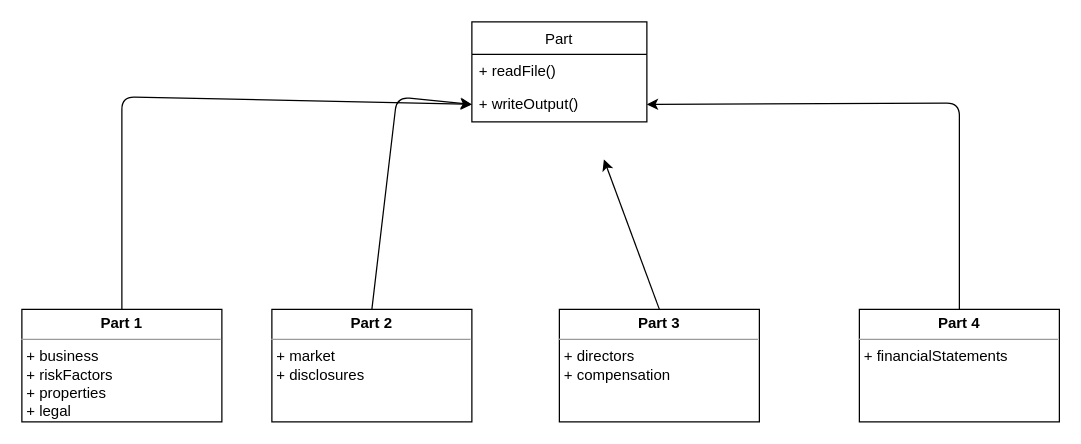
Before: project/10kModel.drawio in BingBucket/CSCE240, a draw.io diagram. Source tidied: cells renumbered, new cells numbered last; positions are measured from the earlier drawing's top-left corner, leaving out a move shared by most shapes. Both pictures are drawn from the tidied source at 125%, with x=0, y=0 at pixel (21, 21).
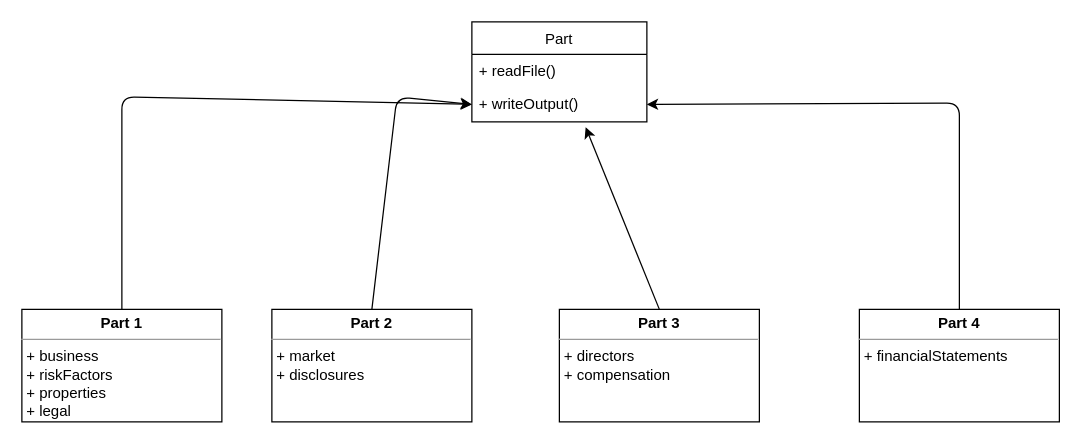
The same diagram, later.

Diff of the diagram source:
```diff
@@
 <mxGraphModel>
   <root>
     <mxCell id="0" />
     <mxCell id="1" parent="0" />
     <mxCell id="2" value="Part" style="swimlane;fontStyle=0;horizontal=1;startSize=26;fillColor=none;" parent="1" vertex="1">
       <mxGeometry x="360" width="140" height="80" as="geometry" />
     </mxCell>
     <mxCell id="3" value="+ readFile()" style="text;strokeColor=none;fillColor=none;align=left;verticalAlign=top;spacingLeft=4;spacingRight=4;overflow=hidden;" parent="2" vertex="1">
       <mxGeometry y="26" width="140" height="26" as="geometry" />
     </mxCell>
     <mxCell id="4" value="+ writeOutput()" style="text;strokeColor=none;fillColor=none;align=left;verticalAlign=top;spacingLeft=4;spacingRight=4;overflow=hidden;points=[[0,0.5],[1,0.5]];portConstraint=eastwest;" parent="2" vertex="1">
       <mxGeometry y="52" width="140" height="28" as="geometry" />
     </mxCell>
     <mxCell id="5" style="edgeStyle=none;html=1;exitX=0.5;exitY=0;exitDx=0;exitDy=0;entryX=0;entryY=0.5;entryDx=0;entryDy=0;" parent="1" edge="1" source="6" target="4">
       <mxGeometry relative="1" as="geometry">
         <Array as="points">
           <mxPoint x="80" y="60" />
         </Array>
       </mxGeometry>
     </mxCell>
     <mxCell id="6" value="&lt;p style=&quot;margin:0px;margin-top:4px;text-align:center;&quot;&gt;&lt;b&gt;Part 1&lt;/b&gt;&lt;/p&gt;&lt;hr size=&quot;1&quot;&gt;&lt;p style=&quot;margin:0px;margin-left:4px;&quot;&gt;+ business&lt;/p&gt;&lt;p style=&quot;margin:0px;margin-left:4px;&quot;&gt;+ riskFactors&lt;/p&gt;&lt;p style=&quot;margin:0px;margin-left:4px;&quot;&gt;+ properties&lt;/p&gt;&lt;p style=&quot;margin:0px;margin-left:4px;&quot;&gt;+ legal&lt;/p&gt;&lt;hr size=&quot;1&quot;&gt;&lt;p style=&quot;margin:0px;margin-left:4px;&quot;&gt;+ method(): Type&lt;/p&gt;" style="verticalAlign=top;align=left;overflow=fill;fontSize=12;fontFamily=Helvetica;html=1;" parent="1" vertex="1">
       <mxGeometry y="230" width="160" height="90" as="geometry" />
     </mxCell>
     <mxCell id="7" style="edgeStyle=none;html=1;exitX=0.5;exitY=0;exitDx=0;exitDy=0;entryX=0;entryY=0.5;entryDx=0;entryDy=0;" parent="1" edge="1" source="8" target="4">
       <mxGeometry relative="1" as="geometry">
         <Array as="points">
           <mxPoint x="300" y="60" />
         </Array>
       </mxGeometry>
     </mxCell>
     <mxCell id="8" value="&lt;p style=&quot;margin:0px;margin-top:4px;text-align:center;&quot;&gt;&lt;b&gt;Part 2&lt;/b&gt;&lt;/p&gt;&lt;hr size=&quot;1&quot;&gt;&lt;p style=&quot;margin:0px;margin-left:4px;&quot;&gt;+ market&lt;/p&gt;&lt;p style=&quot;margin:0px;margin-left:4px;&quot;&gt;+ disclosures&lt;/p&gt;" style="verticalAlign=top;align=left;overflow=fill;fontSize=12;fontFamily=Helvetica;html=1;" parent="1" vertex="1">
       <mxGeometry x="200" y="230" width="160" height="90" as="geometry" />
     </mxCell>
-    <mxCell id="9" style="edgeStyle=none;html=1;exitX=0.5;exitY=0;exitDx=0;exitDy=0;entryX=0.754;entryY=1.154;entryDx=0;entryDy=0;entryPerimeter=0;" parent="1" edge="1" source="10">
-      <mxGeometry relative="1" as="geometry">
-        <mxPoint x="465.6" y="110" as="targetPoint" />
-      </mxGeometry>
+    <mxCell id="9" style="edgeStyle=none;html=1;exitX=0.5;exitY=0;exitDx=0;exitDy=0;entryX=0.65;entryY=1.152;entryDx=0;entryDy=0;entryPerimeter=0;" parent="1" edge="1" source="10" target="4">
+      <mxGeometry relative="1" as="geometry" />
     </mxCell>
     <mxCell id="10" value="&lt;p style=&quot;margin:0px;margin-top:4px;text-align:center;&quot;&gt;&lt;b&gt;Part 3&lt;/b&gt;&lt;/p&gt;&lt;hr size=&quot;1&quot;&gt;&lt;p style=&quot;margin:0px;margin-left:4px;&quot;&gt;+ directors&lt;/p&gt;&lt;p style=&quot;margin:0px;margin-left:4px;&quot;&gt;+ compensation&lt;/p&gt;" style="verticalAlign=top;align=left;overflow=fill;fontSize=12;fontFamily=Helvetica;html=1;" parent="1" vertex="1">
       <mxGeometry x="430" y="230" width="160" height="90" as="geometry" />
     </mxCell>
     <mxCell id="11" style="edgeStyle=none;html=1;exitX=0.5;exitY=0;exitDx=0;exitDy=0;entryX=1;entryY=0.5;entryDx=0;entryDy=0;" parent="1" edge="1" source="12" target="4">
       <mxGeometry relative="1" as="geometry">
         <Array as="points">
           <mxPoint x="750" y="65" />
         </Array>
       </mxGeometry>
     </mxCell>
     <mxCell id="12" value="&lt;p style=&quot;margin:0px;margin-top:4px;text-align:center;&quot;&gt;&lt;b&gt;Part 4&lt;/b&gt;&lt;/p&gt;&lt;hr size=&quot;1&quot;&gt;&lt;p style=&quot;margin:0px;margin-left:4px;&quot;&gt;+ financialStatements&lt;/p&gt;" style="verticalAlign=top;align=left;overflow=fill;fontSize=12;fontFamily=Helvetica;html=1;" parent="1" vertex="1">
       <mxGeometry x="670" y="230" width="160" height="90" as="geometry" />
     </mxCell>
   </root>
 </mxGraphModel>
```
